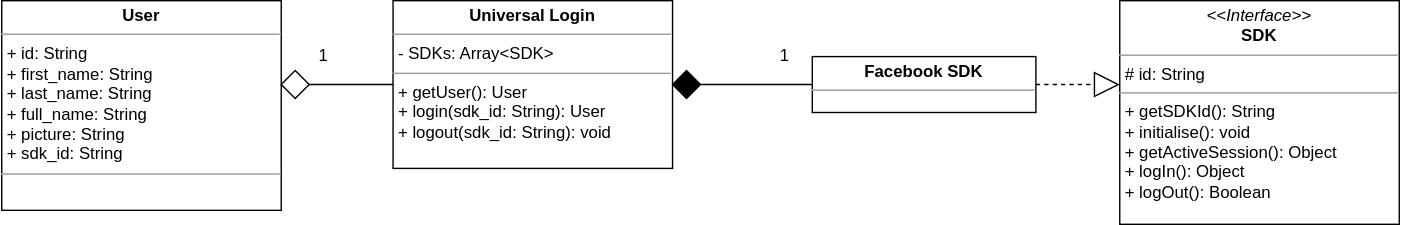
The draw.io diagram UML Class Diagrams/UML Class Diagram - Facebook SDK User.svg in treeindev/uml-diagrams, before a commit. Source tidied: cells renumbered, new cells last; positions are measured from the earlier drawing's top-left corner, leaving out a move shared by most shapes.
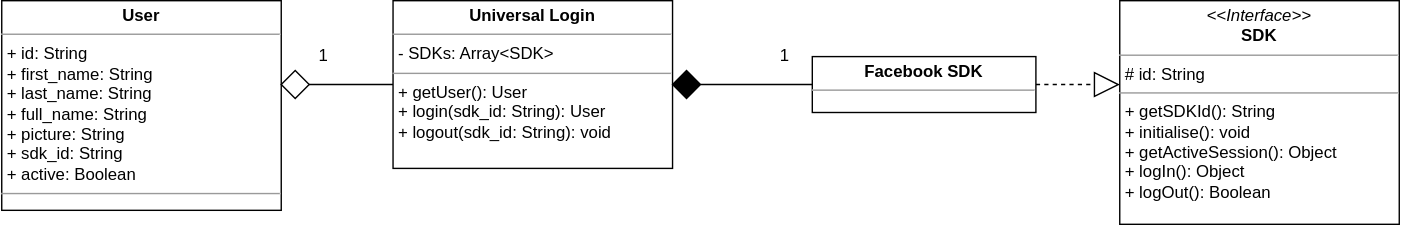
Above is the later version.

Diff of the diagram source:
```diff
@@ -2,7 +2,7 @@
   <root>
     <mxCell id="0" />
     <mxCell id="1" parent="0" />
-    <mxCell id="2" value="&lt;p style=&quot;margin: 0px ; margin-top: 4px ; text-align: center&quot;&gt;&lt;b&gt;User&lt;/b&gt;&lt;/p&gt;&lt;hr size=&quot;1&quot;&gt;&lt;p style=&quot;margin: 0px ; margin-left: 4px&quot;&gt;+ id: String&lt;br&gt;+ first_name: String&lt;/p&gt;&lt;p style=&quot;margin: 0px ; margin-left: 4px&quot;&gt;+ last_name: String&lt;br&gt;+ full_name: String&lt;/p&gt;&lt;p style=&quot;margin: 0px ; margin-left: 4px&quot;&gt;+ picture: String&lt;/p&gt;&lt;p style=&quot;margin: 0px ; margin-left: 4px&quot;&gt;+ sdk_id: String&lt;/p&gt;&lt;hr size=&quot;1&quot;&gt;&lt;p style=&quot;margin: 0px ; margin-left: 4px&quot;&gt;&lt;br&gt;&lt;/p&gt;" style="verticalAlign=top;align=left;overflow=fill;fontSize=12;fontFamily=Helvetica;html=1;" parent="1" vertex="1">
+    <mxCell id="2" value="&lt;p style=&quot;margin: 0px ; margin-top: 4px ; text-align: center&quot;&gt;&lt;b&gt;User&lt;/b&gt;&lt;/p&gt;&lt;hr size=&quot;1&quot;&gt;&lt;p style=&quot;margin: 0px ; margin-left: 4px&quot;&gt;+ id: String&lt;br&gt;+ first_name: String&lt;/p&gt;&lt;p style=&quot;margin: 0px ; margin-left: 4px&quot;&gt;+ last_name: String&lt;br&gt;+ full_name: String&lt;/p&gt;&lt;p style=&quot;margin: 0px ; margin-left: 4px&quot;&gt;+ picture: String&lt;/p&gt;&lt;p style=&quot;margin: 0px ; margin-left: 4px&quot;&gt;+ sdk_id: String&lt;/p&gt;&lt;p style=&quot;margin: 0px ; margin-left: 4px&quot;&gt;+ active: Boolean&lt;/p&gt;&lt;hr size=&quot;1&quot;&gt;&lt;p style=&quot;margin: 0px ; margin-left: 4px&quot;&gt;&lt;br&gt;&lt;/p&gt;" style="verticalAlign=top;align=left;overflow=fill;fontSize=12;fontFamily=Helvetica;html=1;" parent="1" vertex="1">
       <mxGeometry width="200" height="150" as="geometry" />
     </mxCell>
     <mxCell id="3" style="edgeStyle=orthogonalEdgeStyle;rounded=0;jumpSize=10;jettySize=auto;html=1;entryX=1;entryY=0.4;entryDx=0;entryDy=0;entryPerimeter=0;endArrow=classic;endFill=1;endSize=6;strokeWidth=1;" parent="1" edge="1" source="4" target="2">
```
